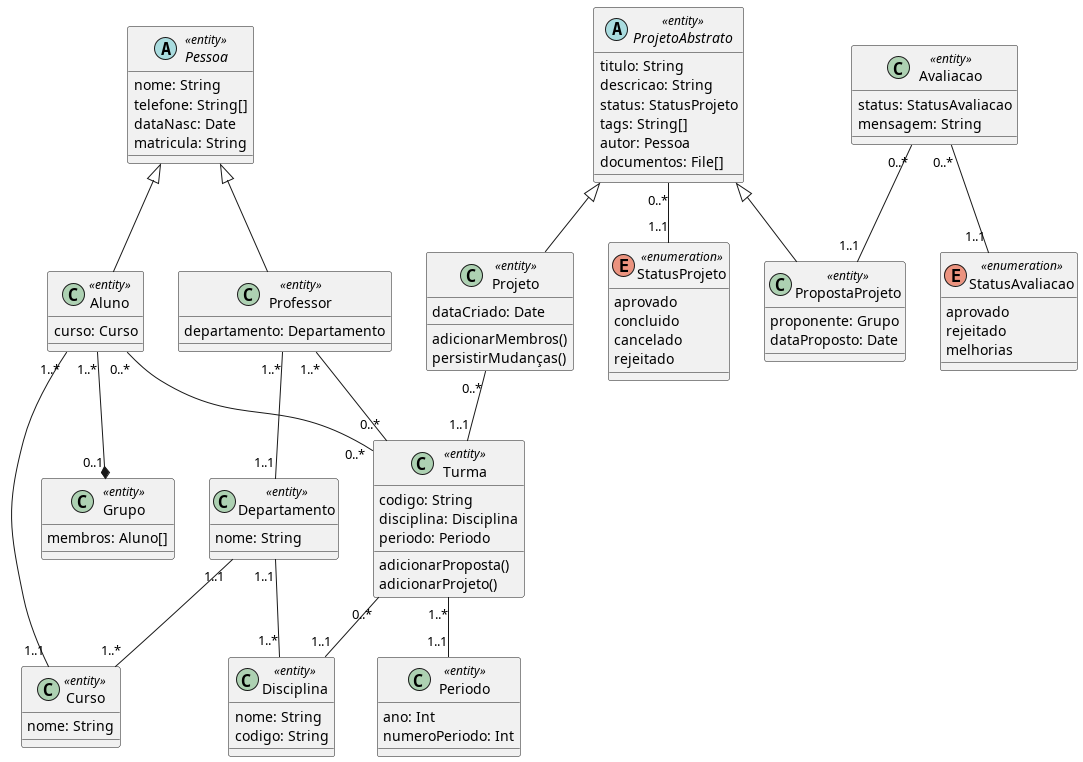
The PlantUML diagram diagramas/classe_projeto/base.png in Pedro-V/projetorium, before a commit.
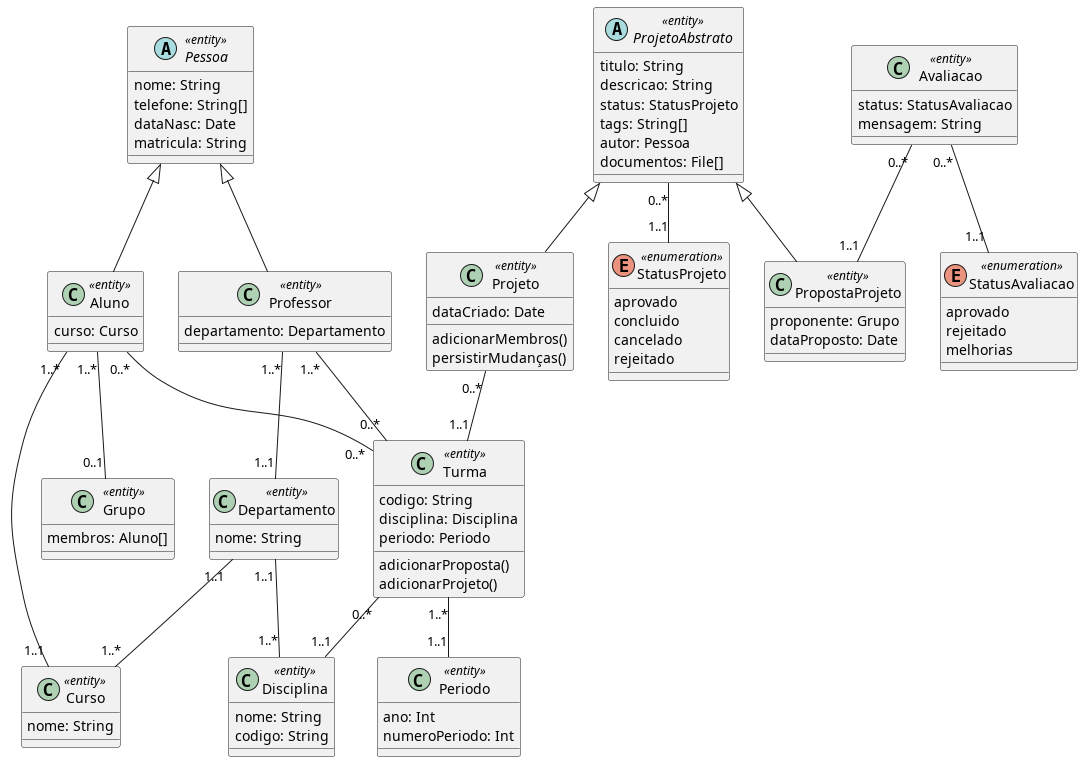
After the change.

Commit message:
Removida composição desnecessária

Diff of the diagram source:
```diff
@@ -118,7 +118,7 @@
 Pessoa <|-- Professor
 Pessoa <|-- Aluno
 
-Aluno "1..*" --* "0..1" Grupo
+Aluno "1..*" -- "0..1" Grupo
 Aluno "0..*" -- "0..*" Turma
 Aluno "1..*" -- "1..1" Curso
 
```
